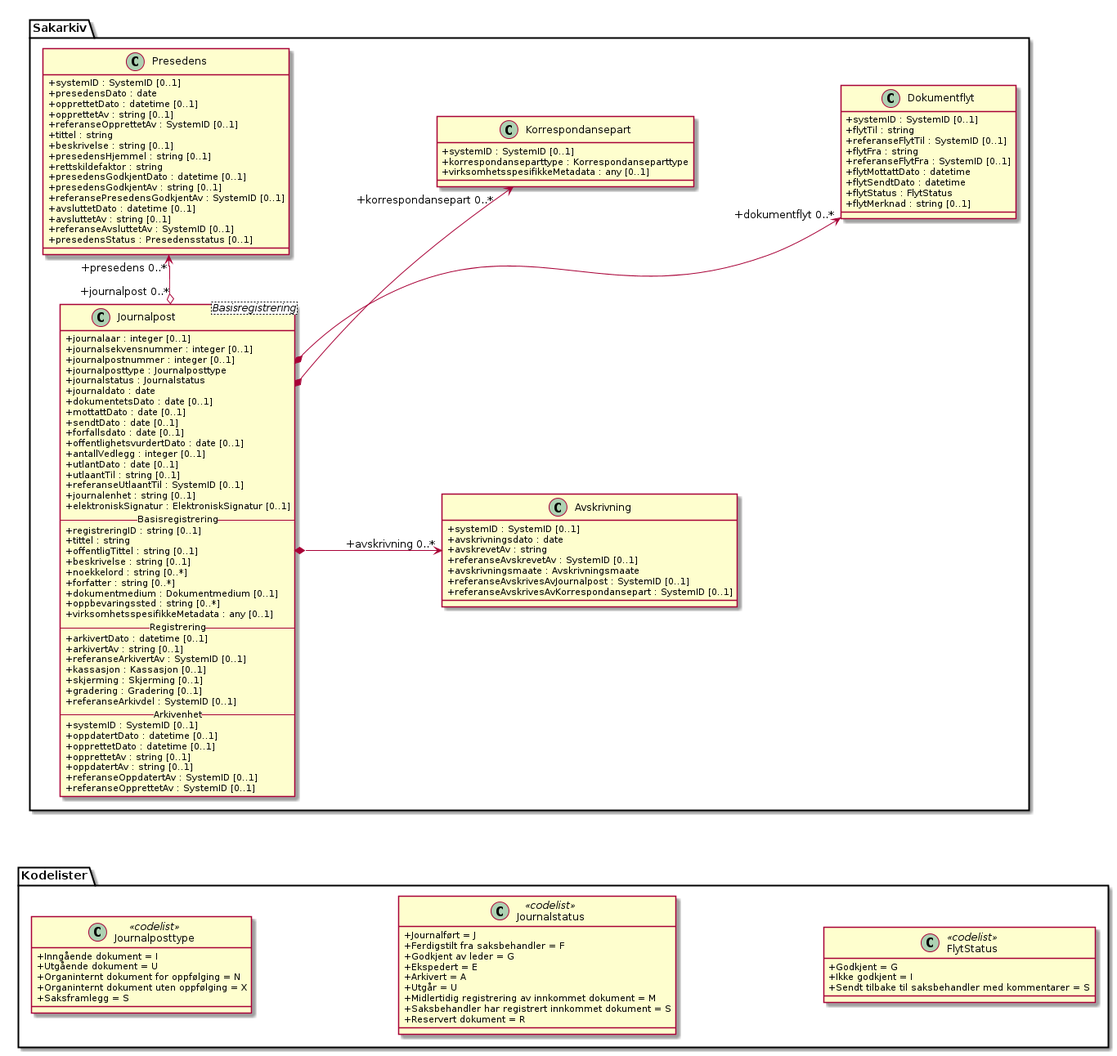
The PlantUML diagram kapitler/media/uml-journalpost.png in arkivverket/noark5-tjenestegrensesnitt-standard, before a commit.
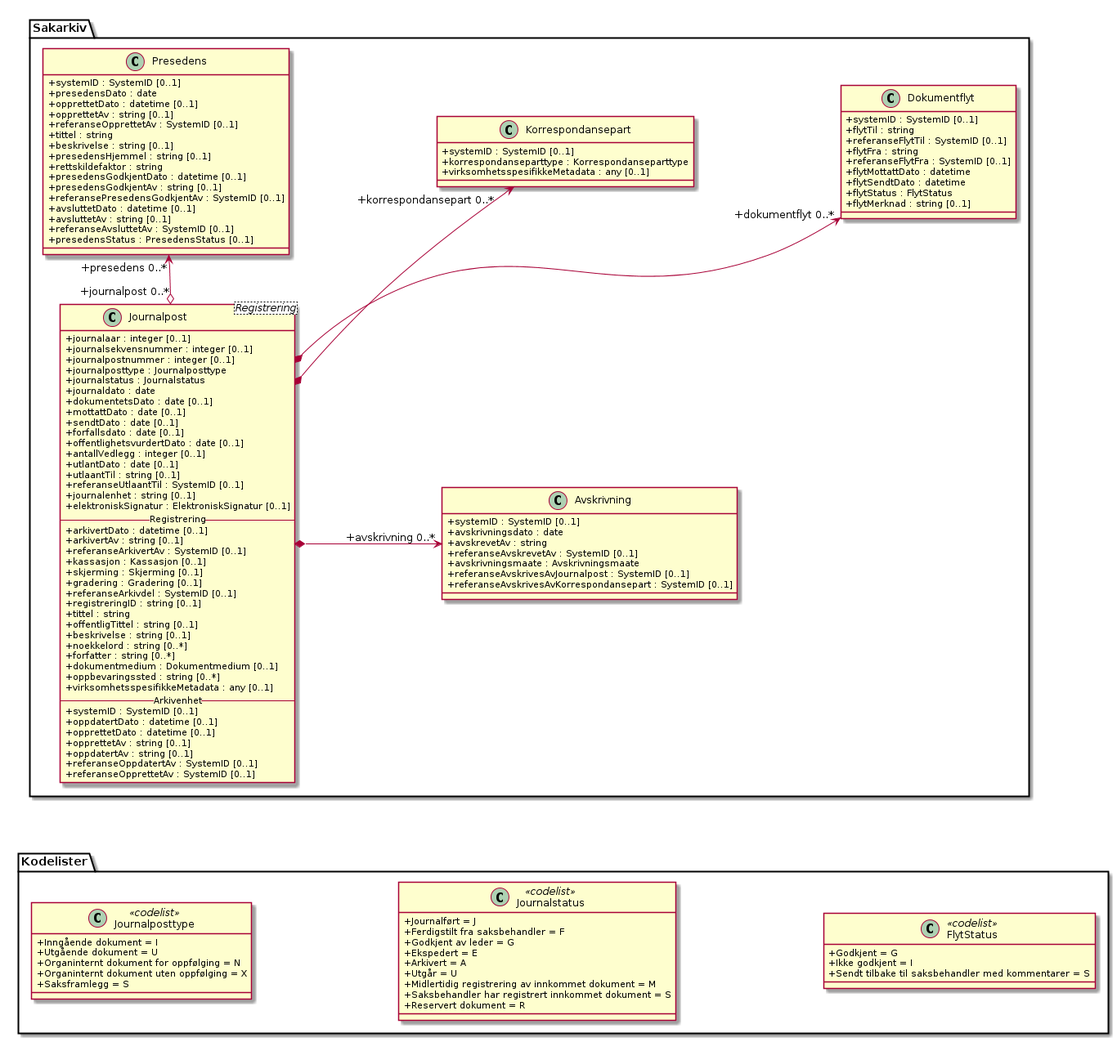
The same file after the commit.

Diff of the diagram source:
```diff
@@ -2,7 +2,7 @@
 skinparam classAttributeIconSize 0
 skinparam nodesep 180
 
-class Sakarkiv.Journalpost <Basisregistrering> {
+class Sakarkiv.Journalpost <Registrering> {
   +journalaar : integer [0..1]
   +journalsekvensnummer : integer [0..1]
   +journalpostnummer : integer [0..1]
@@ -21,7 +21,14 @@
   +journalenhet : string [0..1]
   +elektroniskSignatur : ElektroniskSignatur [0..1]
 
-  -- Basisregistrering --
+  -- Registrering --
+  +arkivertDato : datetime [0..1]
+  +arkivertAv : string [0..1]
+  +referanseArkivertAv : SystemID [0..1]
+  +kassasjon : Kassasjon [0..1]
+  +skjerming : Skjerming [0..1]
+  +gradering : Gradering [0..1]
+  +referanseArkivdel : SystemID [0..1]
   +registreringID : string [0..1]
   +tittel : string
   +offentligTittel : string [0..1]
@@ -31,15 +38,6 @@
   +dokumentmedium : Dokumentmedium [0..1]
   +oppbevaringssted : string [0..*]
   +virksomhetsspesifikkeMetadata : any [0..1]
-
-  -- Registrering --
-  +arkivertDato : datetime [0..1]
-  +arkivertAv : string [0..1]
-  +referanseArkivertAv : SystemID [0..1]
-  +kassasjon : Kassasjon [0..1]
-  +skjerming : Skjerming [0..1]
-  +gradering : Gradering [0..1]
-  +referanseArkivdel : SystemID [0..1]
 
   -- Arkivenhet --
   +systemID : SystemID [0..1]
@@ -71,7 +69,7 @@
   +avsluttetDato : datetime [0..1]
   +avsluttetAv : string [0..1]
   +referanseAvsluttetAv : SystemID [0..1]
-  +presedensStatus : Presedensstatus [0..1]
+  +presedensStatus : PresedensStatus [0..1]
 }
 class Sakarkiv.Avskrivning {
   +systemID : SystemID [0..1]
```
